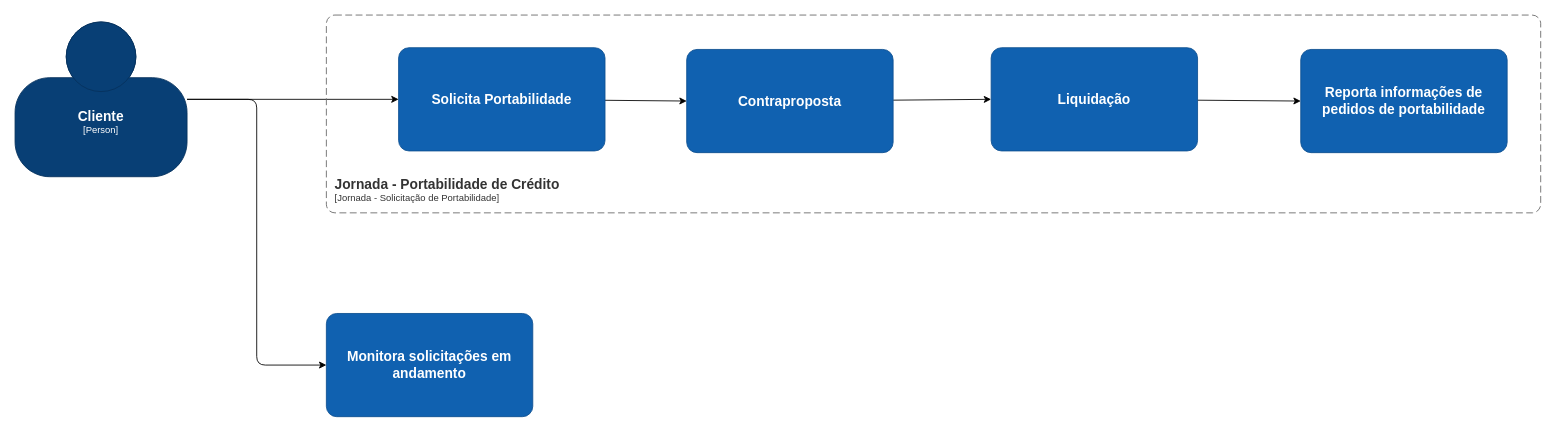
Earlier version of the draw.io diagram page "Cliente - Jornada Portabilidade de Credito" (2 of 25) of portabilidade_credito.drawio (andreferreiratrindade/portabilidade_credito_draw). Source tidied: cells renumbered, new cells numbered last; positions are measured from the earlier drawing's top-left corner, leaving out a move shared by most shapes. Both pictures are drawn from the tidied source at 86%, with x=0, y=0 at pixel (15, 15).
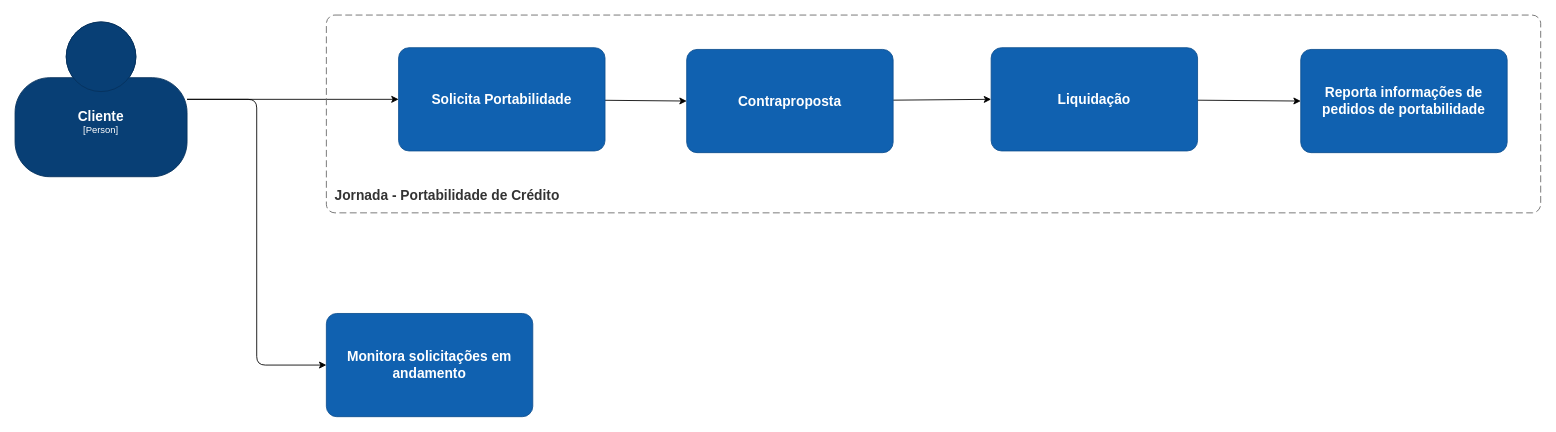
Above is the later version.

The edit, as a diff of the source:
```diff
@@
 <mxGraphModel>
   <root>
     <mxCell id="0" />
     <mxCell id="1" parent="0" />
     <object id="2" label="&lt;font style=&quot;font-size: 16px&quot;&gt;&lt;b&gt;%c4Name%&lt;/b&gt;&lt;/font&gt;&lt;div&gt;[%c4Type%]&lt;/div&gt;&lt;br&gt;&lt;div&gt;&lt;font style=&quot;font-size: 11px&quot;&gt;&lt;font color=&quot;#cccccc&quot;&gt;%c4Description%&lt;/font&gt;&lt;/div&gt;" c4Description="" c4Name="Cliente" c4Type="Person" placeholders="1">
       <mxCell style="html=1;fontSize=11;dashed=0;whiteSpace=wrap;fillColor=#083F75;strokeColor=#06315C;fontColor=#ffffff;shape=mxgraph.c4.person2;align=center;points=[[0.5,0,0],[1,0.5,0],[1,0.75,0],[0.75,1,0],[0.5,1,0],[0.25,1,0],[0,0.75,0],[0,0.5,0]];" parent="1" vertex="1">
         <mxGeometry y="8" width="200" height="180" as="geometry" />
       </mxCell>
     </object>
     <mxCell id="3" style="edgeStyle=orthogonalEdgeStyle;rounded=0;jettySize=auto;html=1;entryX=0;entryY=0.5;entryDx=0;entryDy=0;entryPerimeter=0;" parent="1" edge="1" source="2" target="6">
       <mxGeometry relative="1" as="geometry" />
     </mxCell>
-    <object id="4" label="&lt;font style=&quot;font-size: 16px&quot;&gt;&lt;b&gt;&lt;div style=&quot;text-align: left&quot;&gt;%c4Name%&lt;/div&gt;&lt;/b&gt;&lt;/font&gt;&lt;div style=&quot;text-align: left&quot;&gt;[%c4Application%]&lt;/div&gt;" c4Application="Jornada - Solicitação de Portabilidade" c4Name="Jornada - Portabilidade de Crédito" placeholders="1">
+    <object id="4" label="&lt;font style=&quot;font-size: 16px&quot;&gt;&lt;b&gt;&lt;div style=&quot;text-align: left&quot;&gt;%c4Name%&lt;/div&gt;&lt;/b&gt;&lt;/font&gt;" c4Name="Jornada - Portabilidade de Crédito" placeholders="1">
       <mxCell style="rounded=1;fontSize=11;whiteSpace=wrap;html=1;dashed=1;arcSize=20;fillColor=none;strokeColor=#666666;fontColor=#333333;labelBackgroundColor=none;align=left;verticalAlign=bottom;labelBorderColor=none;spacingTop=0;spacing=10;dashPattern=8 4;perimeter=rectanglePerimeter;noLabel=0;labelPadding=0;absoluteArcSize=1;" parent="1" vertex="1">
         <mxGeometry x="362" width="1412" height="230" as="geometry" />
       </mxCell>
     </object>
     <mxCell id="5" style="edgeStyle=none;html=1;entryX=0;entryY=0.5;entryDx=0;entryDy=0;entryPerimeter=0;" parent="1" edge="1" source="6" target="10">
       <mxGeometry relative="1" as="geometry" />
     </mxCell>
     <object id="6" label="&lt;font style=&quot;font-size: 16px&quot;&gt;&lt;b&gt;%c4Name%&lt;/b&gt;&lt;/font&gt;&lt;br&gt;&lt;div&gt;&lt;font style=&quot;font-size: 11px&quot;&gt;&lt;font color=&quot;#cccccc&quot;&gt;%c4Description%&lt;/font&gt;&lt;/div&gt;" c4Description="" c4Name="Solicita Portabilidade" placeholders="1">
       <mxCell style="rounded=1;whiteSpace=wrap;html=1;labelBackgroundColor=none;fillColor=#1061B0;fontColor=#ffffff;align=center;arcSize=10;strokeColor=#0D5091;points=[[0.25,0,0],[0.5,0,0],[0.75,0,0],[1,0.25,0],[1,0.5,0],[1,0.75,0],[0.75,1,0],[0.5,1,0],[0.25,1,0],[0,0.75,0],[0,0.5,0],[0,0.25,0]];" parent="1" vertex="1">
         <mxGeometry x="446" y="38" width="240" height="120" as="geometry" />
       </mxCell>
     </object>
     <object id="7" label="&lt;font style=&quot;font-size: 16px&quot;&gt;&lt;b&gt;%c4Name%&lt;/b&gt;&lt;/font&gt;&lt;br&gt;&lt;div&gt;&lt;font style=&quot;font-size: 11px&quot;&gt;&lt;font color=&quot;#cccccc&quot;&gt;%c4Description%&lt;/font&gt;&lt;/div&gt;" c4Description="" c4Name="Monitora solicitações em andamento" placeholders="1">
       <mxCell style="rounded=1;whiteSpace=wrap;html=1;labelBackgroundColor=none;fillColor=#1061B0;fontColor=#ffffff;align=center;arcSize=10;strokeColor=#0D5091;points=[[0.25,0,0],[0.5,0,0],[0.75,0,0],[1,0.25,0],[1,0.5,0],[1,0.75,0],[0.75,1,0],[0.5,1,0],[0.25,1,0],[0,0.75,0],[0,0.5,0],[0,0.25,0]];" parent="1" vertex="1">
         <mxGeometry x="362" y="347" width="240" height="120" as="geometry" />
       </mxCell>
     </object>
     <mxCell id="8" style="edgeStyle=orthogonalEdgeStyle;rounded=1;jettySize=auto;html=1;entryX=0;entryY=0.5;entryDx=0;entryDy=0;entryPerimeter=0;curved=0;" parent="1" edge="1" source="2" target="7">
       <mxGeometry relative="1" as="geometry" />
     </mxCell>
     <mxCell id="9" style="edgeStyle=none;html=1;entryX=0;entryY=0.5;entryDx=0;entryDy=0;entryPerimeter=0;" parent="1" edge="1" source="10" target="12">
       <mxGeometry relative="1" as="geometry" />
     </mxCell>
     <object id="10" label="&lt;font style=&quot;font-size: 16px&quot;&gt;&lt;b&gt;%c4Name%&lt;/b&gt;&lt;/font&gt;&lt;br&gt;&lt;div&gt;&lt;font style=&quot;font-size: 11px&quot;&gt;&lt;font color=&quot;#cccccc&quot;&gt;%c4Description%&lt;/font&gt;&lt;/div&gt;" c4Description="" c4Name="Contraproposta" placeholders="1">
       <mxCell style="rounded=1;whiteSpace=wrap;html=1;labelBackgroundColor=none;fillColor=#1061B0;fontColor=#ffffff;align=center;arcSize=10;strokeColor=#0D5091;points=[[0.25,0,0],[0.5,0,0],[0.75,0,0],[1,0.25,0],[1,0.5,0],[1,0.75,0],[0.75,1,0],[0.5,1,0],[0.25,1,0],[0,0.75,0],[0,0.5,0],[0,0.25,0]];" parent="1" vertex="1">
         <mxGeometry x="781" y="40" width="240" height="120" as="geometry" />
       </mxCell>
     </object>
     <mxCell id="11" style="edgeStyle=none;html=1;entryX=0;entryY=0.5;entryDx=0;entryDy=0;entryPerimeter=0;" parent="1" edge="1" source="12" target="13">
       <mxGeometry relative="1" as="geometry" />
     </mxCell>
     <object id="12" label="&lt;font style=&quot;font-size: 16px&quot;&gt;&lt;b&gt;%c4Name%&lt;/b&gt;&lt;/font&gt;&lt;br&gt;&lt;div&gt;&lt;font style=&quot;font-size: 11px&quot;&gt;&lt;font color=&quot;#cccccc&quot;&gt;%c4Description%&lt;/font&gt;&lt;/div&gt;" c4Description="" c4Name="Liquidação" placeholders="1">
       <mxCell style="rounded=1;whiteSpace=wrap;html=1;labelBackgroundColor=none;fillColor=#1061B0;fontColor=#ffffff;align=center;arcSize=10;strokeColor=#0D5091;points=[[0.25,0,0],[0.5,0,0],[0.75,0,0],[1,0.25,0],[1,0.5,0],[1,0.75,0],[0.75,1,0],[0.5,1,0],[0.25,1,0],[0,0.75,0],[0,0.5,0],[0,0.25,0]];" parent="1" vertex="1">
         <mxGeometry x="1135" y="38" width="240" height="120" as="geometry" />
       </mxCell>
     </object>
     <object id="13" label="&lt;font style=&quot;font-size: 16px&quot;&gt;&lt;b&gt;%c4Name%&lt;/b&gt;&lt;/font&gt;&lt;br&gt;&lt;div&gt;&lt;font style=&quot;font-size: 11px&quot;&gt;&lt;font color=&quot;#cccccc&quot;&gt;%c4Description%&lt;/font&gt;&lt;/div&gt;" c4Description="" c4Name="Reporta informações de pedidos de portabilidade" placeholders="1">
       <mxCell style="rounded=1;whiteSpace=wrap;html=1;labelBackgroundColor=none;fillColor=#1061B0;fontColor=#ffffff;align=center;arcSize=10;strokeColor=#0D5091;points=[[0.25,0,0],[0.5,0,0],[0.75,0,0],[1,0.25,0],[1,0.5,0],[1,0.75,0],[0.75,1,0],[0.5,1,0],[0.25,1,0],[0,0.75,0],[0,0.5,0],[0,0.25,0]];" parent="1" vertex="1">
         <mxGeometry x="1495" y="40" width="240" height="120" as="geometry" />
       </mxCell>
     </object>
   </root>
 </mxGraphModel>
```
